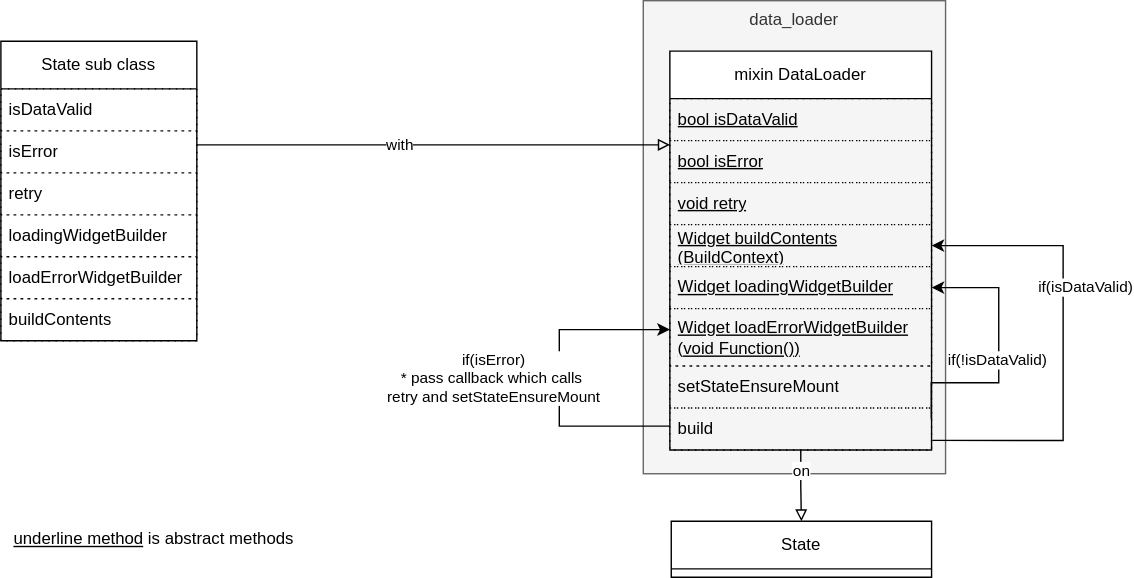
This is doc/svg/structure.drawio.svg from megur0/data_loader, a draw.io export, as it was before one commit. Source tidied: cells renumbered, new cells last; positions are measured from the earlier drawing's top-left corner, leaving out a move shared by most shapes.
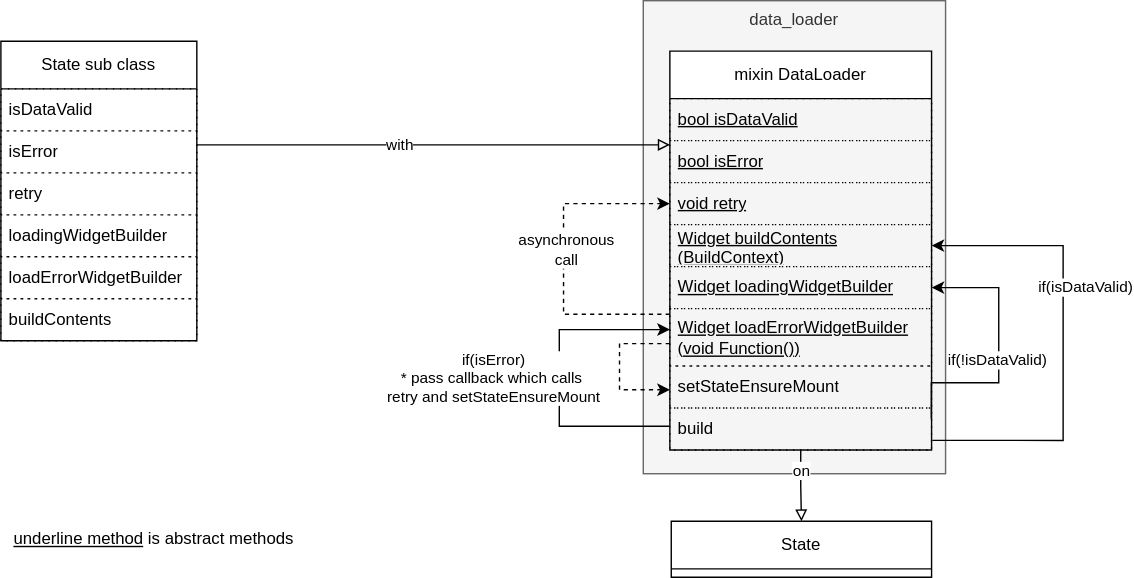
After the change.

Diff of the diagram source:
```diff
@@ -70,6 +70,25 @@
     <mxCell id="17" value="if(!isDataValid)" style="edgeLabel;html=1;align=center;verticalAlign=middle;" parent="16" vertex="1">
       <mxGeometry x="-0.05" y="1" relative="1" as="geometry" />
     </mxCell>
+    <mxCell id="31" style="edgeStyle=orthogonalEdgeStyle;rounded=0;jettySize=auto;html=1;dashed=1;" parent="3" edge="1" source="9" target="6">
+      <mxGeometry relative="1" as="geometry">
+        <Array as="points">
+          <mxPoint x="-76" y="188" />
+          <mxPoint x="-76" y="109" />
+        </Array>
+      </mxGeometry>
+    </mxCell>
+    <mxCell id="32" value="asynchronous&lt;div&gt;call&lt;/div&gt;" style="edgeLabel;html=1;align=center;verticalAlign=middle;" parent="31" vertex="1">
+      <mxGeometry x="0.06" y="-2" relative="1" as="geometry" />
+    </mxCell>
+    <mxCell id="33" style="edgeStyle=orthogonalEdgeStyle;rounded=0;jettySize=auto;html=1;dashed=1;" parent="3" edge="1" source="9" target="12">
+      <mxGeometry relative="1" as="geometry">
+        <Array as="points">
+          <mxPoint x="-36" y="209" />
+          <mxPoint x="-36" y="242" />
+        </Array>
+      </mxGeometry>
+    </mxCell>
     <mxCell id="18" value="&lt;u&gt;underline method&lt;/u&gt;&amp;nbsp;is abstract methods" style="text;html=1;align=center;verticalAlign=middle;strokeColor=none;fillColor=none;" parent="1" vertex="1">
       <mxGeometry y="372" width="218" height="26" as="geometry" />
     </mxCell>
```
